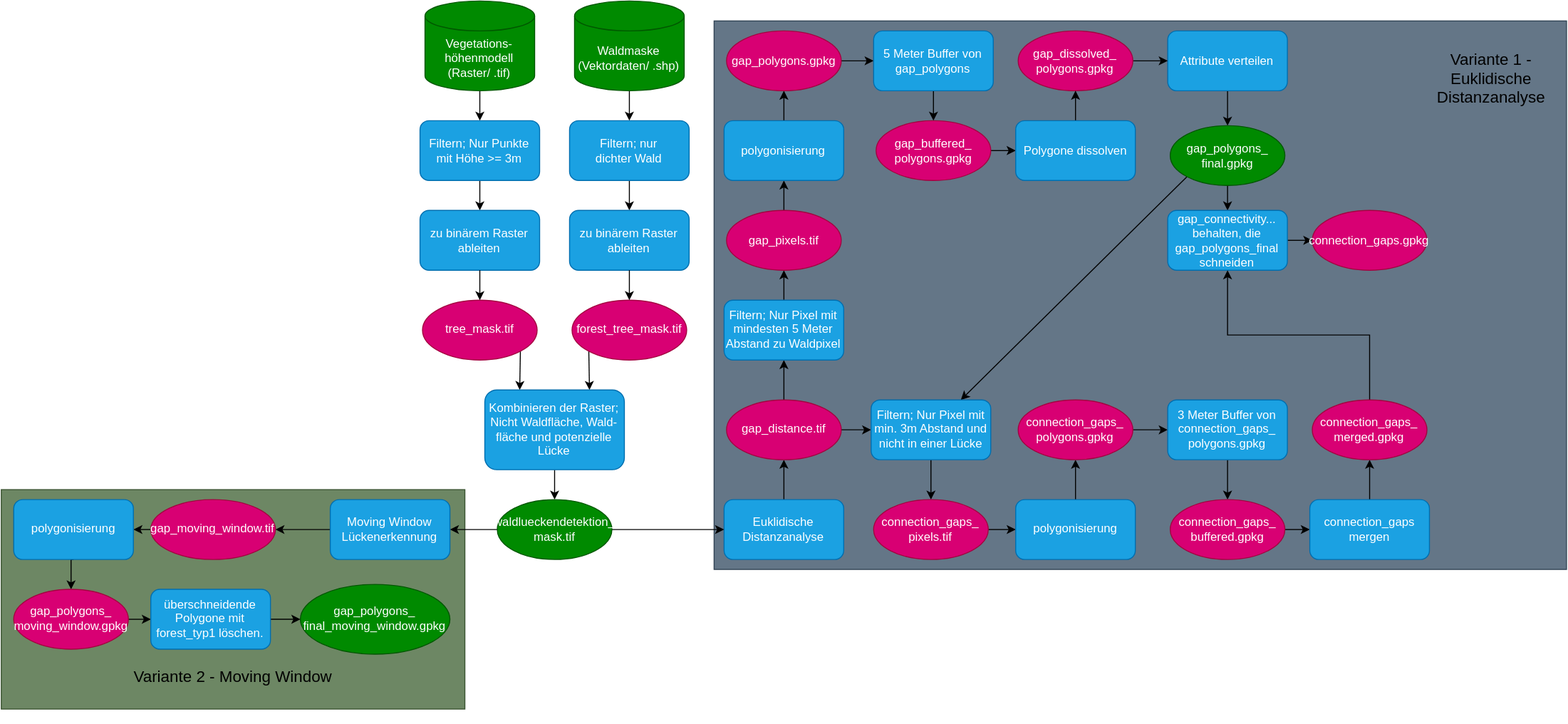
Above: Lueckendetektion.drawio.svg in liobio72/Lueckendetektion (draw.io), before the change. Source tidied: cells renumbered, new cells last; positions are measured from the earlier drawing's top-left corner, leaving out a move shared by most shapes.
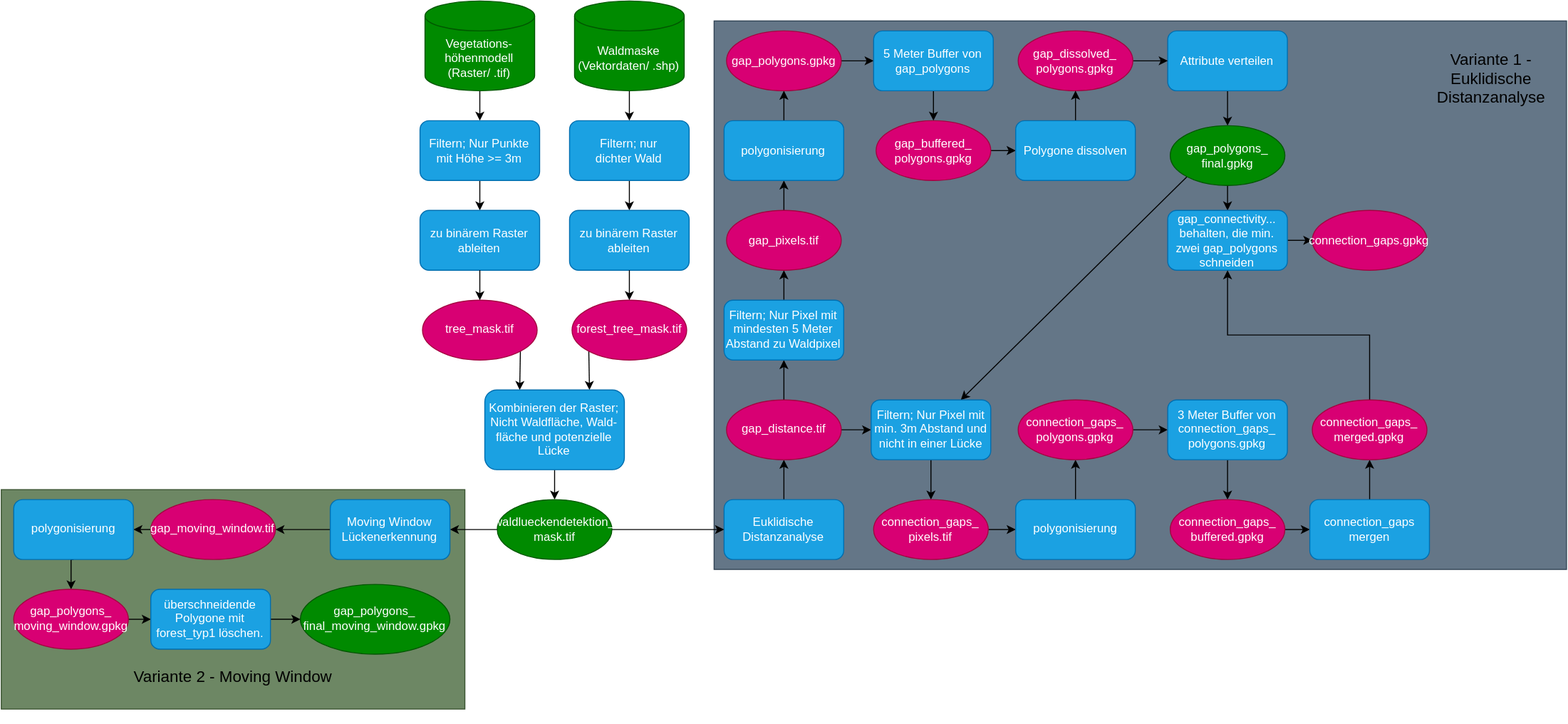
Above is the later version.

Change to the diagram source:
```diff
@@ -227,7 +227,7 @@
     <mxCell id="76" style="edgeStyle=orthogonalEdgeStyle;rounded=0;jettySize=auto;html=1;exitX=1;exitY=0.5;exitDx=0;exitDy=0;entryX=0;entryY=0.5;entryDx=0;entryDy=0;" parent="1" edge="1" source="77" target="78">
       <mxGeometry relative="1" as="geometry" />
     </mxCell>
-    <mxCell id="77" value="gap_connectivity... behalten, die gap_polygons_final schneiden" style="rounded=1;whiteSpace=wrap;html=1;fillColor=#1ba1e2;fontColor=#ffffff;strokeColor=#006EAF;" parent="1" vertex="1">
+    <mxCell id="77" value="gap_connectivity... behalten, die min. zwei gap_polygons schneiden" style="rounded=1;whiteSpace=wrap;html=1;fillColor=#1ba1e2;fontColor=#ffffff;strokeColor=#006EAF;" parent="1" vertex="1">
       <mxGeometry x="1170" y="210" width="120" height="60" as="geometry" />
     </mxCell>
     <mxCell id="78" value="&lt;div&gt;connection_gaps&lt;span style=&quot;background-color: transparent; color: light-dark(rgb(255, 255, 255), rgb(18, 18, 18));&quot;&gt;.gpkg&lt;/span&gt;&lt;/div&gt;" style="ellipse;whiteSpace=wrap;html=1;fillColor=#d80073;fontColor=#ffffff;strokeColor=#A50040;" parent="1" vertex="1">
```
